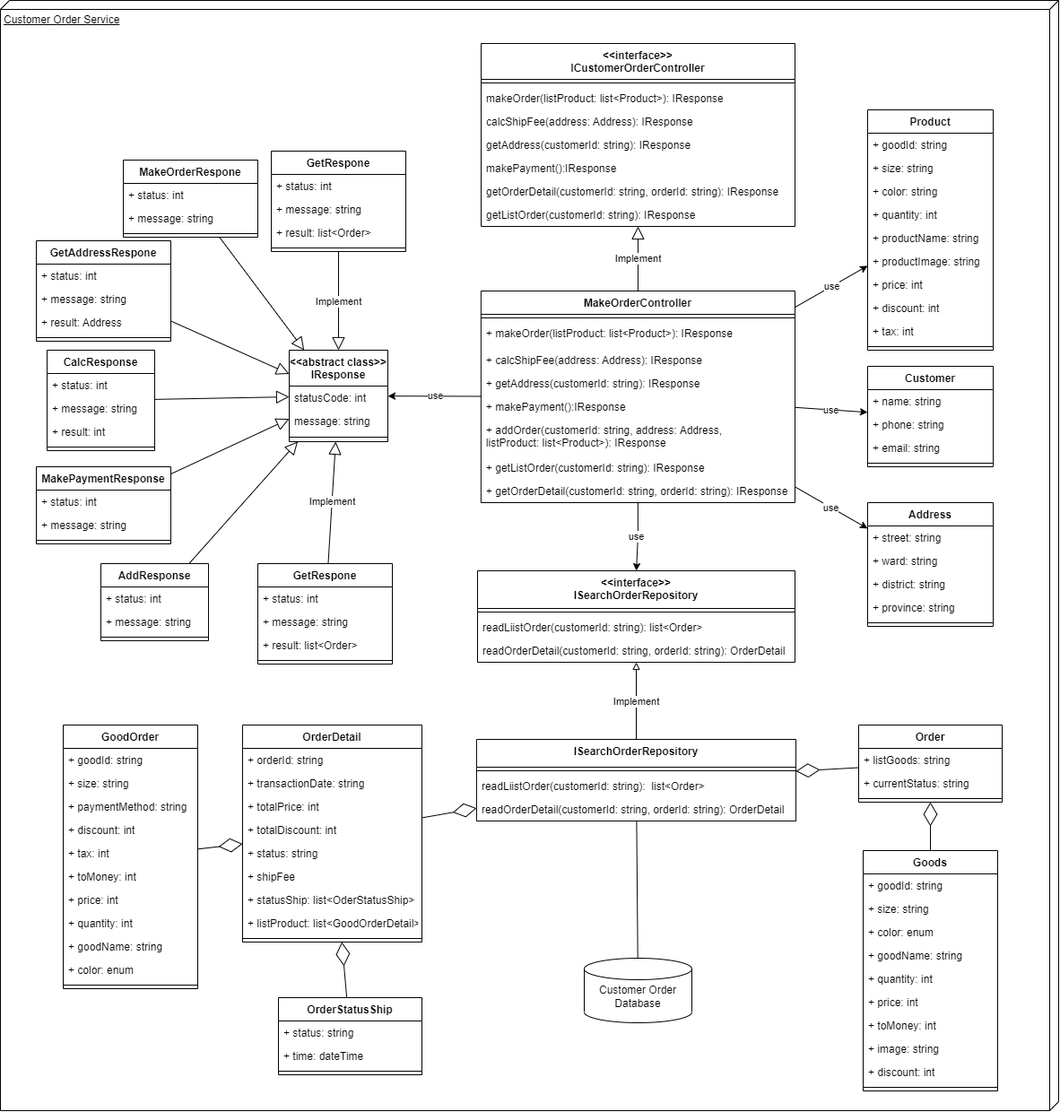
The draw.io diagram img/Architecture/service/CustomerOrderService.png in hienbui-iwrp/DACN_report, before a commit. Source tidied: cells renumbered, new cells last; positions are measured from the earlier drawing's top-left corner, leaving out a move shared by most shapes.
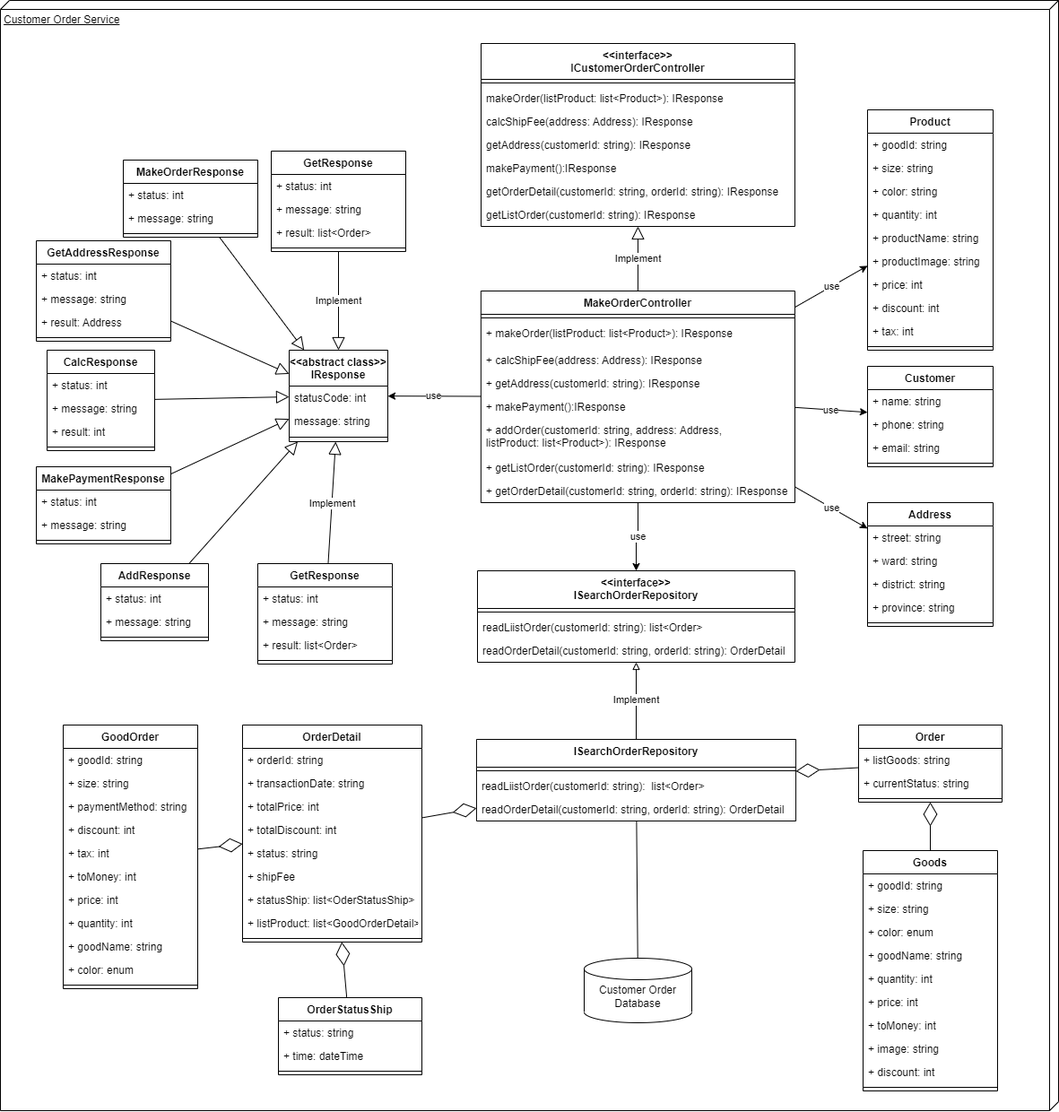
After the commit.

Commit message:
SAMPLE branch service

The edit, as a diff of the source:
```diff
@@ -119,7 +119,7 @@
     <mxCell id="40" style="line;html=1;strokeWidth=1;align=left;verticalAlign=middle;spacingTop=-1;spacingLeft=3;spacingRight=3;labelPosition=right;" parent="37" vertex="1">
       <mxGeometry y="92" width="110" height="10" as="geometry" />
     </mxCell>
-    <mxCell id="41" value="GetAddressRespone" style="swimlane;fontStyle=1;align=center;verticalAlign=top;horizontal=1;startSize=26;" parent="1" vertex="1">
+    <mxCell id="41" value="GetAddressResponse" style="swimlane;fontStyle=1;align=center;verticalAlign=top;horizontal=1;startSize=26;" parent="1" vertex="1">
       <mxGeometry x="40" y="268" width="150" height="112" as="geometry" />
     </mxCell>
     <mxCell id="42" value="+ status: int" style="text;strokeColor=none;fillColor=none;align=left;verticalAlign=top;spacingLeft=4;spacingRight=4;overflow=hidden;" parent="41" vertex="1">
@@ -194,7 +194,7 @@
     <mxCell id="65" style="line;strokeWidth=1;fillColor=none;align=left;verticalAlign=middle;spacingTop=-1;spacingLeft=3;spacingRight=3;labelPosition=right;strokeColor=inherit;" parent="60" vertex="1">
       <mxGeometry y="130" width="140" height="8" as="geometry" />
     </mxCell>
-    <mxCell id="66" value="MakeOrderRespone" style="swimlane;fontStyle=1;align=center;verticalAlign=top;horizontal=1;startSize=26;" parent="1" vertex="1">
+    <mxCell id="66" value="MakeOrderResponse" style="swimlane;fontStyle=1;align=center;verticalAlign=top;horizontal=1;startSize=26;" parent="1" vertex="1">
       <mxGeometry x="137" y="178" width="150" height="86" as="geometry" />
     </mxCell>
     <mxCell id="67" value="+ status: int" style="text;strokeColor=none;fillColor=none;align=left;verticalAlign=top;spacingLeft=4;spacingRight=4;overflow=hidden;" parent="66" vertex="1">
@@ -263,7 +263,7 @@
     <mxCell id="88" value="Implement" style="edgeStyle=none;rounded=0;jettySize=auto;html=1;endArrow=block;endFill=0;" parent="1" edge="1" source="84" target="80">
       <mxGeometry relative="1" as="geometry" />
     </mxCell>
-    <mxCell id="89" value="GetRespone" style="swimlane;fontStyle=1;align=center;verticalAlign=top;horizontal=1;startSize=26;" parent="1" vertex="1">
+    <mxCell id="89" value="GetResponse" style="swimlane;fontStyle=1;align=center;verticalAlign=top;horizontal=1;startSize=26;" parent="1" vertex="1">
       <mxGeometry x="287" y="628" width="150" height="112" as="geometry" />
     </mxCell>
     <mxCell id="90" value="+ status: int" style="text;strokeColor=none;fillColor=none;align=left;verticalAlign=top;spacingLeft=4;spacingRight=4;overflow=hidden;" parent="89" vertex="1">
@@ -368,7 +368,7 @@
     <mxCell id="123" style="endArrow=diamondThin;endFill=0;endSize=24;html=1;rounded=0;" parent="1" edge="1" source="95" target="84">
       <mxGeometry relative="1" as="geometry" />
     </mxCell>
-    <mxCell id="124" value="GetRespone" style="swimlane;fontStyle=1;align=center;verticalAlign=top;horizontal=1;startSize=26;" parent="1" vertex="1">
+    <mxCell id="124" value="GetResponse" style="swimlane;fontStyle=1;align=center;verticalAlign=top;horizontal=1;startSize=26;" parent="1" vertex="1">
       <mxGeometry x="302" y="168" width="150" height="112" as="geometry" />
     </mxCell>
     <mxCell id="125" value="+ status: int" style="text;strokeColor=none;fillColor=none;align=left;verticalAlign=top;spacingLeft=4;spacingRight=4;overflow=hidden;" parent="124" vertex="1">
```
